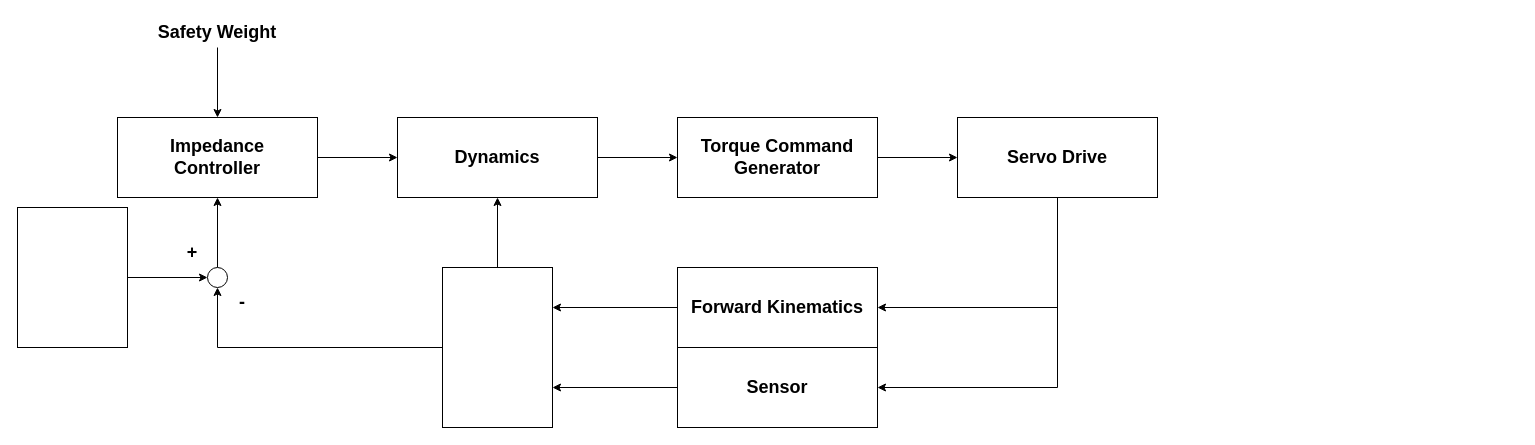
This is diagram/스튜어트플랫폼임피던스제어기.drawio from roscore/Impedance_Control_for_Stewart_Gough_Platform, a draw.io file, before an edit. Source tidied: cells renumbered, new cells numbered last; positions are measured from the earlier drawing's top-left corner, leaving out a move shared by most shapes. Both pictures are drawn from the tidied source at 100%, with x=0, y=0 at pixel (17, 17).
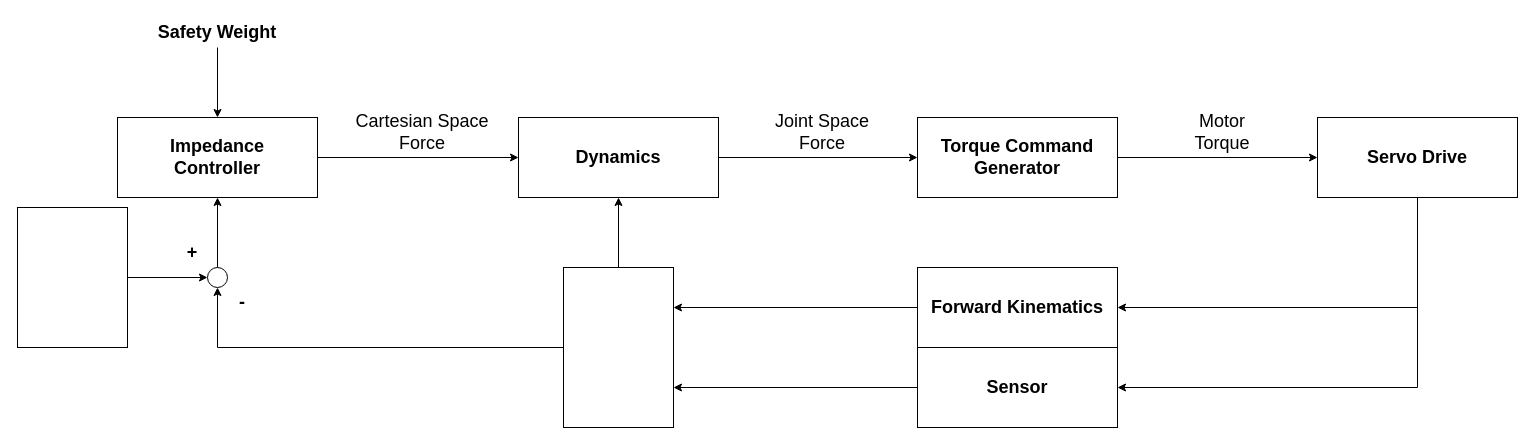
The same page after the edit.

Commit message (it also covers changes not shown here):
스튜어트플랫폼임피던스제어기.drawio 업데이트

The edit, as a diff of the source:
```diff
@@
     <mxCell id="5" value="&lt;span style=&quot;font-size: 18px;&quot;&gt;&lt;b&gt;Dynamics&lt;/b&gt;&lt;/span&gt;" style="rounded=0;whiteSpace=wrap;html=1;" parent="1" vertex="1">
-      <mxGeometry x="380" y="100" width="200" height="80" as="geometry" />
+      <mxGeometry x="501" y="100" width="200" height="80" as="geometry" />
     </mxCell>
@@
     <mxCell id="7" value="&lt;span style=&quot;font-size: 18px;&quot;&gt;&lt;b&gt;Torque Command&lt;br&gt;Generator&lt;br&gt;&lt;/b&gt;&lt;/span&gt;" style="rounded=0;whiteSpace=wrap;html=1;" parent="1" vertex="1">
-      <mxGeometry x="660" y="100" width="200" height="80" as="geometry" />
+      <mxGeometry x="900" y="100" width="200" height="80" as="geometry" />
     </mxCell>
@@
     <mxCell id="10" value="&lt;span style=&quot;font-size: 18px;&quot;&gt;&lt;b&gt;Servo Drive&lt;/b&gt;&lt;/span&gt;" style="rounded=0;whiteSpace=wrap;html=1;" parent="1" vertex="1">
-      <mxGeometry x="940" y="100" width="200" height="80" as="geometry" />
+      <mxGeometry x="1300" y="100" width="200" height="80" as="geometry" />
     </mxCell>
@@
     <mxCell id="21" style="rounded=0;whiteSpace=wrap;html=1;" parent="1" vertex="1">
-      <mxGeometry x="425" y="250" width="110" height="160" as="geometry" />
+      <mxGeometry x="546" y="250" width="110" height="160" as="geometry" />
     </mxCell>
@@
     <mxCell id="23" value="&lt;span style=&quot;font-size: 18px;&quot;&gt;&lt;b&gt;Forward Kinematics&lt;br&gt;&lt;/b&gt;&lt;/span&gt;" style="rounded=0;whiteSpace=wrap;html=1;" parent="1" vertex="1">
-      <mxGeometry x="660" y="250" width="200" height="80" as="geometry" />
+      <mxGeometry x="900" y="250" width="200" height="80" as="geometry" />
     </mxCell>
@@
     <mxCell id="25" value="&lt;span style=&quot;font-size: 18px;&quot;&gt;&lt;b&gt;Sensor&lt;br&gt;&lt;/b&gt;&lt;/span&gt;" style="rounded=0;whiteSpace=wrap;html=1;" parent="1" vertex="1">
-      <mxGeometry x="660" y="330" width="200" height="80" as="geometry" />
+      <mxGeometry x="900" y="330" width="200" height="80" as="geometry" />
     </mxCell>
+    <mxCell id="26" value="Cartesian Space&lt;br&gt;Force" style="text;html=1;strokeColor=none;fillColor=none;align=center;verticalAlign=middle;whiteSpace=wrap;rounded=0;fontSize=18;" parent="1" vertex="1">
+      <mxGeometry x="330" y="100" width="150" height="30" as="geometry" />
+    </mxCell>
+    <mxCell id="27" value="Joint Space&lt;br&gt;Force" style="text;html=1;strokeColor=none;fillColor=none;align=center;verticalAlign=middle;whiteSpace=wrap;rounded=0;fontSize=18;" parent="1" vertex="1">
+      <mxGeometry x="730" y="100" width="150" height="30" as="geometry" />
+    </mxCell>
+    <mxCell id="28" value="Motor&lt;br&gt;Torque" style="text;html=1;strokeColor=none;fillColor=none;align=center;verticalAlign=middle;whiteSpace=wrap;rounded=0;fontSize=18;" parent="1" vertex="1">
+      <mxGeometry x="1130" y="100" width="150" height="30" as="geometry" />
+    </mxCell>
```
